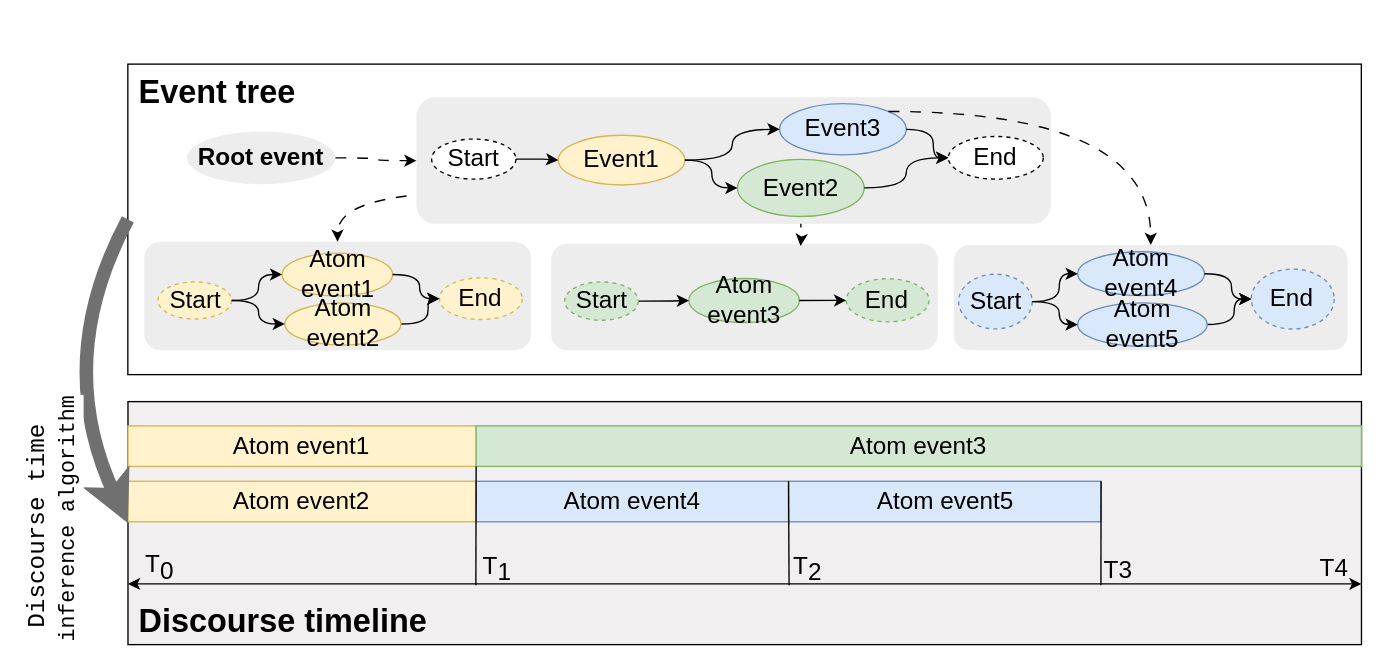
Above: timeinfer.drawio in QingrenJia/DrawIO (draw.io), before the change. Source tidied: cells renumbered, new cells numbered last; positions are measured from the earlier drawing's top-left corner, leaving out a move shared by most shapes. Both pictures are drawn from the tidied source at 135%, with x=0, y=0 at pixel (51, 23).
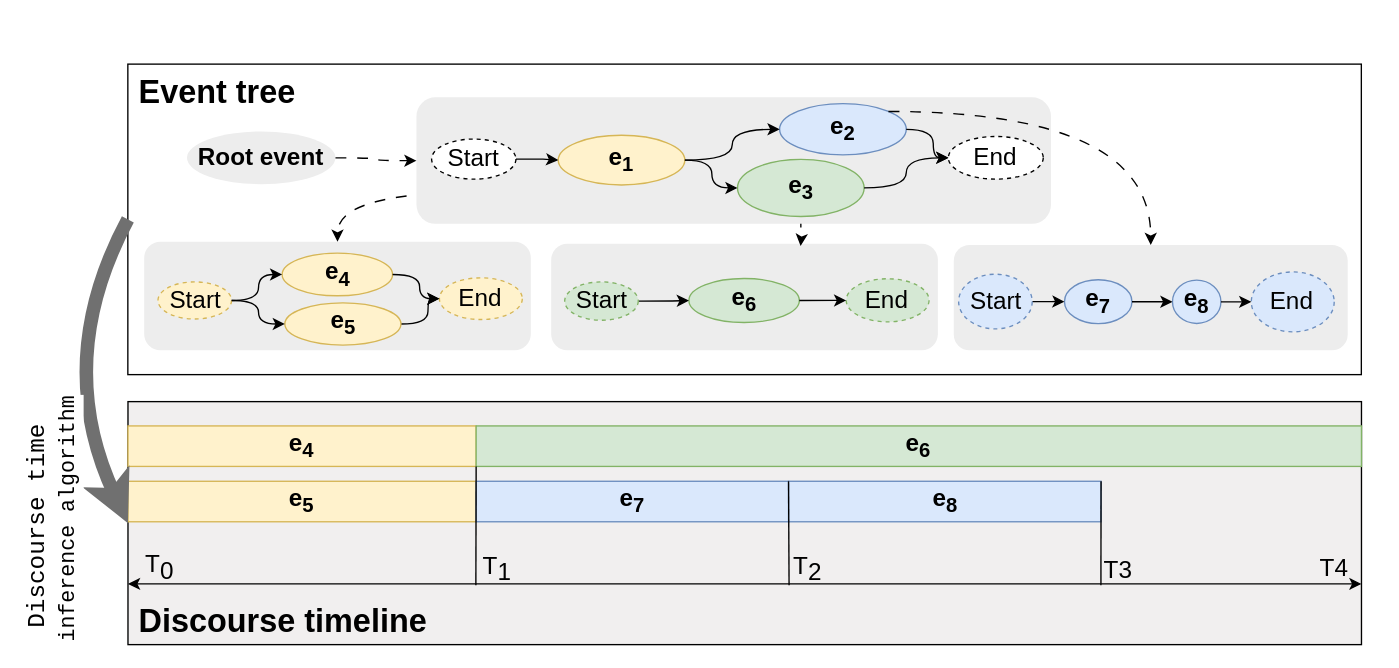
Above is the later version.

The change refers to these unchanged cells:
```xml
<mxCell id="4" style="group;fontStyle=0;fontSize=18;" parent="1" vertex="1">
  <mxGeometry x="56.3" y="298" width="913.7" height="71" as="geometry" />
</mxCell>
<mxCell id="10" style="group;fontSize=18;" parent="1" vertex="1">
  <mxGeometry x="68.3" width="891.5" height="249" as="geometry" />
</mxCell>
<mxCell id="18" style="group;strokeColor=none;fontSize=18;" parent="10" vertex="1">
  <mxGeometry x="10.2" y="170" width="269.9" height="68.1" as="geometry" />
</mxCell>
<mxCell id="27" style="group;fontSize=18;" parent="10" vertex="1">
  <mxGeometry x="311.5" y="178.7" width="269.9" height="70.3" as="geometry" />
</mxCell>
<mxCell id="45" style="group;fontSize=18;" parent="10" vertex="1">
  <mxGeometry x="611.5" y="169" width="269.9" height="70" as="geometry" />
</mxCell>
<mxCell id="48" value="Start" style="ellipse;whiteSpace=wrap;html=1;dashed=1;fillColor=#dae8fc;strokeColor=#6c8ebf;fontSize=18;" parent="45" vertex="1">
  <mxGeometry x="-8.2" y="16.6" width="54.5" height="40.5" as="geometry" />
</mxCell>
```

What changed in the source:
```diff
@@
-    <mxCell id="5" value="&lt;h2 style=&quot;border-color: var(--border-color); font-size: 18px;&quot;&gt;&lt;span style=&quot;font-weight: normal; font-size: 18px;&quot;&gt;Atom event2&lt;/span&gt;&lt;/h2&gt;" style="rounded=0;whiteSpace=wrap;html=1;fillColor=#fff2cc;strokeColor=#d6b656;fontStyle=0;fontSize=18;" parent="4" vertex="1">
+    <mxCell id="5" value="&lt;h2 style=&quot;border-color: var(--border-color); font-size: 18px;&quot;&gt;e&lt;sub style=&quot;border-color: var(--border-color);&quot;&gt;5&lt;/sub&gt;&lt;/h2&gt;" style="rounded=0;whiteSpace=wrap;html=1;fillColor=#fff2cc;strokeColor=#d6b656;fontStyle=0;fontSize=18;" parent="4" vertex="1">
       <mxGeometry y="41" width="257.9" height="30" as="geometry" />
     </mxCell>
-    <mxCell id="6" value="&lt;h2 style=&quot;border-color: var(--border-color); font-size: 18px;&quot;&gt;&lt;span style=&quot;font-weight: normal; font-size: 18px;&quot;&gt;Atom event1&lt;/span&gt;&lt;/h2&gt;" style="rounded=0;whiteSpace=wrap;html=1;fillColor=#fff2cc;strokeColor=#d6b656;fontStyle=1;fontSize=18;" parent="4" vertex="1">
+    <mxCell id="6" value="&lt;h2 style=&quot;border-color: var(--border-color); font-size: 18px;&quot;&gt;e&lt;sub style=&quot;border-color: var(--border-color);&quot;&gt;4&lt;/sub&gt;&lt;/h2&gt;" style="rounded=0;whiteSpace=wrap;html=1;fillColor=#fff2cc;strokeColor=#d6b656;fontStyle=1;fontSize=18;" parent="4" vertex="1">
       <mxGeometry width="257.9" height="30" as="geometry" />
     </mxCell>
-    <mxCell id="7" value="&lt;h2 style=&quot;border-color: var(--border-color); font-size: 18px;&quot;&gt;&lt;span style=&quot;font-weight: normal; font-size: 18px;&quot;&gt;Atom event3&lt;/span&gt;&lt;/h2&gt;" style="rounded=0;whiteSpace=wrap;html=1;fillColor=#d5e8d4;strokeColor=#82b366;fontStyle=0;fontSize=18;" parent="4" vertex="1">
+    <mxCell id="7" value="&lt;h2 style=&quot;border-color: var(--border-color); font-size: 18px;&quot;&gt;e&lt;sub style=&quot;border-color: var(--border-color);&quot;&gt;6&lt;/sub&gt;&lt;/h2&gt;" style="rounded=0;whiteSpace=wrap;html=1;fillColor=#d5e8d4;strokeColor=#82b366;fontStyle=0;fontSize=18;" parent="4" vertex="1">
       <mxGeometry x="257.9" width="655.8" height="30" as="geometry" />
     </mxCell>
-    <mxCell id="8" value="&lt;h2 style=&quot;border-color: var(--border-color); font-size: 18px;&quot;&gt;&lt;span style=&quot;font-weight: normal; font-size: 18px;&quot;&gt;Atom event4&lt;/span&gt;&lt;/h2&gt;" style="rounded=0;whiteSpace=wrap;html=1;fillColor=#dae8fc;strokeColor=#6c8ebf;fontStyle=0;fontSize=18;" parent="4" vertex="1">
+    <mxCell id="8" value="&lt;h2 style=&quot;border-color: var(--border-color); font-size: 18px;&quot;&gt;e&lt;sub style=&quot;border-color: var(--border-color);&quot;&gt;7&lt;/sub&gt;&lt;/h2&gt;" style="rounded=0;whiteSpace=wrap;html=1;fillColor=#dae8fc;strokeColor=#6c8ebf;fontStyle=0;fontSize=18;" parent="4" vertex="1">
       <mxGeometry x="257.9" y="41" width="231.5" height="30" as="geometry" />
     </mxCell>
-    <mxCell id="9" value="&lt;h2 style=&quot;border-color: var(--border-color); font-size: 18px;&quot;&gt;&lt;span style=&quot;font-weight: normal; font-size: 18px;&quot;&gt;Atom event5&lt;/span&gt;&lt;/h2&gt;" style="rounded=0;whiteSpace=wrap;html=1;fillColor=#dae8fc;strokeColor=#6c8ebf;fontStyle=0;fontSize=18;" parent="4" vertex="1">
+    <mxCell id="9" value="&lt;h2 style=&quot;border-color: var(--border-color); font-size: 18px;&quot;&gt;e&lt;sub style=&quot;border-color: var(--border-color);&quot;&gt;8&lt;/sub&gt;&lt;/h2&gt;" style="rounded=0;whiteSpace=wrap;html=1;fillColor=#dae8fc;strokeColor=#6c8ebf;fontStyle=0;fontSize=18;" parent="4" vertex="1">
       <mxGeometry x="489.3" y="41" width="231.5" height="30" as="geometry" />
     </mxCell>
@@
-    <mxCell id="19" value="&lt;h2 style=&quot;border-color: var(--border-color); font-size: 18px;&quot;&gt;&lt;span style=&quot;font-weight: normal; font-size: 18px;&quot;&gt;Atom event1&lt;/span&gt;&lt;/h2&gt;" style="ellipse;whiteSpace=wrap;html=1;fillColor=#fff2cc;strokeColor=#d6b656;fontStyle=1;fontSize=18;" parent="18" vertex="1">
+    <mxCell id="19" value="&lt;h2 style=&quot;border-color: var(--border-color); font-size: 18px;&quot;&gt;e&lt;sub style=&quot;border-color: var(--border-color);&quot;&gt;4&lt;/sub&gt;&lt;/h2&gt;" style="ellipse;whiteSpace=wrap;html=1;fillColor=#fff2cc;strokeColor=#d6b656;fontStyle=1;fontSize=18;" parent="18" vertex="1">
       <mxGeometry x="92" width="81.8" height="31.6" as="geometry" />
     </mxCell>
@@
-    <mxCell id="25" value="&lt;h2 style=&quot;border-color: var(--border-color); font-size: 18px;&quot;&gt;&lt;span style=&quot;font-weight: normal; font-size: 18px;&quot;&gt;Atom event2&lt;/span&gt;&lt;/h2&gt;" style="ellipse;whiteSpace=wrap;html=1;fillColor=#fff2cc;strokeColor=#d6b656;fontStyle=1;fontSize=18;" parent="18" vertex="1">
+    <mxCell id="25" value="&lt;h2 style=&quot;border-color: var(--border-color); font-size: 18px;&quot;&gt;e&lt;sub style=&quot;border-color: var(--border-color);&quot;&gt;5&lt;/sub&gt;&lt;/h2&gt;" style="ellipse;whiteSpace=wrap;html=1;fillColor=#fff2cc;strokeColor=#d6b656;fontStyle=1;fontSize=18;" parent="18" vertex="1">
       <mxGeometry x="94" y="36.8" width="86" height="31.3" as="geometry" />
     </mxCell>
@@
-    <mxCell id="28" value="&lt;h2 style=&quot;border-color: var(--border-color); font-size: 18px;&quot;&gt;&lt;span style=&quot;font-weight: normal; font-size: 18px;&quot;&gt;Atom event3&lt;/span&gt;&lt;/h2&gt;" style="ellipse;whiteSpace=wrap;html=1;fillColor=#d5e8d4;strokeColor=#82b366;fontSize=18;" parent="27" vertex="1">
+    <mxCell id="28" value="&lt;h2 style=&quot;border-color: var(--border-color); font-size: 18px;&quot;&gt;e&lt;sub style=&quot;border-color: var(--border-color);&quot;&gt;6&lt;/sub&gt;&lt;/h2&gt;" style="ellipse;whiteSpace=wrap;html=1;fillColor=#d5e8d4;strokeColor=#82b366;fontSize=18;" parent="27" vertex="1">
       <mxGeometry x="92" y="10.1" width="81.8" height="32.6" as="geometry" />
     </mxCell>
@@
-    <mxCell id="33" value="&lt;h2 style=&quot;border-color: var(--border-color); font-size: 18px;&quot;&gt;&lt;span style=&quot;font-weight: normal; font-size: 18px;&quot;&gt;Event1&lt;/span&gt;&lt;/h2&gt;" style="ellipse;whiteSpace=wrap;html=1;fontStyle=0;fontSize=18;fillColor=#fff2cc;strokeColor=#d6b656;" parent="10" vertex="1">
+    <mxCell id="33" value="&lt;h2 style=&quot;border-color: var(--border-color); font-size: 18px;&quot;&gt;e&lt;sub style=&quot;border-color: var(--border-color);&quot;&gt;1&lt;/sub&gt;&lt;/h2&gt;" style="ellipse;whiteSpace=wrap;html=1;fontStyle=0;fontSize=18;fillColor=#fff2cc;strokeColor=#d6b656;" parent="10" vertex="1">
       <mxGeometry x="306.7" y="82.7" width="93.8" height="36.8" as="geometry" />
     </mxCell>
-    <mxCell id="34" value="&lt;h2 style=&quot;border-color: var(--border-color); font-size: 18px;&quot;&gt;&lt;span style=&quot;font-weight: normal; font-size: 18px;&quot;&gt;Event3&lt;/span&gt;&lt;/h2&gt;" style="ellipse;whiteSpace=wrap;html=1;fontStyle=0;fontSize=18;fillColor=#dae8fc;strokeColor=#6c8ebf;" parent="10" vertex="1">
+    <mxCell id="34" value="&lt;h2 style=&quot;border-color: var(--border-color); font-size: 18px;&quot;&gt;e&lt;sub style=&quot;border-color: var(--border-color);&quot;&gt;2&lt;/sub&gt;&lt;/h2&gt;" style="ellipse;whiteSpace=wrap;html=1;fontStyle=0;fontSize=18;fillColor=#dae8fc;strokeColor=#6c8ebf;" parent="10" vertex="1">
       <mxGeometry x="470.7" y="59.3" width="93.8" height="37.9" as="geometry" />
     </mxCell>
@@
-    <mxCell id="36" value="&lt;h2 style=&quot;border-color: var(--border-color); font-size: 18px;&quot;&gt;&lt;span style=&quot;font-weight: normal; font-size: 18px;&quot;&gt;Event2&lt;/span&gt;&lt;/h2&gt;" style="ellipse;whiteSpace=wrap;html=1;fontStyle=0;fontSize=18;fillColor=#d5e8d4;strokeColor=#82b366;" parent="10" vertex="1">
+    <mxCell id="36" value="&lt;h2 style=&quot;border-color: var(--border-color); font-size: 18px;&quot;&gt;e&lt;sub style=&quot;border-color: var(--border-color);&quot;&gt;3&lt;/sub&gt;&lt;/h2&gt;" style="ellipse;whiteSpace=wrap;html=1;fontStyle=0;fontSize=18;fillColor=#d5e8d4;strokeColor=#82b366;" parent="10" vertex="1">
       <mxGeometry x="439.5" y="100.5" width="93.8" height="42.4" as="geometry" />
     </mxCell>
@@
-    <mxCell id="46" value="&lt;h2 style=&quot;border-color: var(--border-color); font-size: 18px;&quot;&gt;&lt;span style=&quot;font-weight: normal; font-size: 18px;&quot;&gt;&lt;font style=&quot;font-size: 18px;&quot;&gt;Atom event4&lt;/font&gt;&lt;/span&gt;&lt;/h2&gt;" style="ellipse;whiteSpace=wrap;html=1;fillColor=#dae8fc;strokeColor=#6c8ebf;fontSize=18;" parent="45" vertex="1">
-      <mxGeometry x="80" width="93.9" height="32.5" as="geometry" />
+    <mxCell id="46" value="&lt;h2 style=&quot;border-color: var(--border-color); font-size: 18px;&quot;&gt;e&lt;sub style=&quot;border-color: var(--border-color);&quot;&gt;7&lt;/sub&gt;&lt;/h2&gt;" style="ellipse;whiteSpace=wrap;html=1;fillColor=#dae8fc;strokeColor=#6c8ebf;fontSize=18;" parent="45" vertex="1">
+      <mxGeometry x="70.2" y="20.7" width="50" height="32.5" as="geometry" />
     </mxCell>
@@
     <mxCell id="49" value="End" style="ellipse;whiteSpace=wrap;html=1;dashed=1;fillColor=#dae8fc;strokeColor=#6c8ebf;fontSize=18;" parent="45" vertex="1">
-      <mxGeometry x="208.6" y="12.8" width="61.4" height="44.4" as="geometry" />
+      <mxGeometry x="208.6" y="14.9" width="61.4" height="44.4" as="geometry" />
     </mxCell>
+    <mxCell id="52" value="&lt;h2 style=&quot;border-color: var(--border-color); font-size: 18px;&quot;&gt;e&lt;sub style=&quot;border-color: var(--border-color);&quot;&gt;8&lt;/sub&gt;&lt;/h2&gt;" style="ellipse;whiteSpace=wrap;html=1;fillColor=#dae8fc;strokeColor=#6c8ebf;fontSize=18;" parent="10" vertex="1">
+      <mxGeometry x="761.7" y="190" width="35.9" height="32.1" as="geometry" />
+    </mxCell>
+    <mxCell id="51" style="edgeStyle=orthogonalEdgeStyle;rounded=0;jettySize=auto;html=1;curved=1;fontSize=18;" parent="10" edge="1" source="52" target="49">
+      <mxGeometry relative="1" as="geometry" />
+    </mxCell>
-    <mxCell id="50" style="edgeStyle=orthogonalEdgeStyle;rounded=0;jettySize=auto;html=1;curved=1;fontSize=18;" parent="45" edge="1" source="46" target="49">
+    <mxCell id="50" style="edgeStyle=orthogonalEdgeStyle;rounded=0;jettySize=auto;html=1;curved=1;fontSize=18;entryX=0;entryY=0.5;entryDx=0;entryDy=0;" parent="10" edge="1" source="46" target="52">
       <mxGeometry relative="1" as="geometry" />
     </mxCell>
-    <mxCell id="51" style="edgeStyle=orthogonalEdgeStyle;rounded=0;jettySize=auto;html=1;curved=1;fontSize=18;" parent="45" edge="1" source="52" target="49">
-      <mxGeometry relative="1" as="geometry" />
-    </mxCell>
-    <mxCell id="52" value="&lt;h2 style=&quot;border-color: var(--border-color); font-size: 18px;&quot;&gt;&lt;font style=&quot;border-color: var(--border-color); font-size: 18px; font-weight: normal;&quot;&gt;Atom event5&lt;/font&gt;&lt;/h2&gt;" style="ellipse;whiteSpace=wrap;html=1;fillColor=#dae8fc;strokeColor=#6c8ebf;fontSize=18;" parent="45" vertex="1">
-      <mxGeometry x="80" y="37.8" width="95.9" height="32.2" as="geometry" />
-    </mxCell>
-    <mxCell id="53" style="edgeStyle=orthogonalEdgeStyle;rounded=0;jettySize=auto;html=1;curved=1;fontSize=18;" parent="45" edge="1" source="48" target="52">
-      <mxGeometry relative="1" as="geometry" />
-    </mxCell>
```
